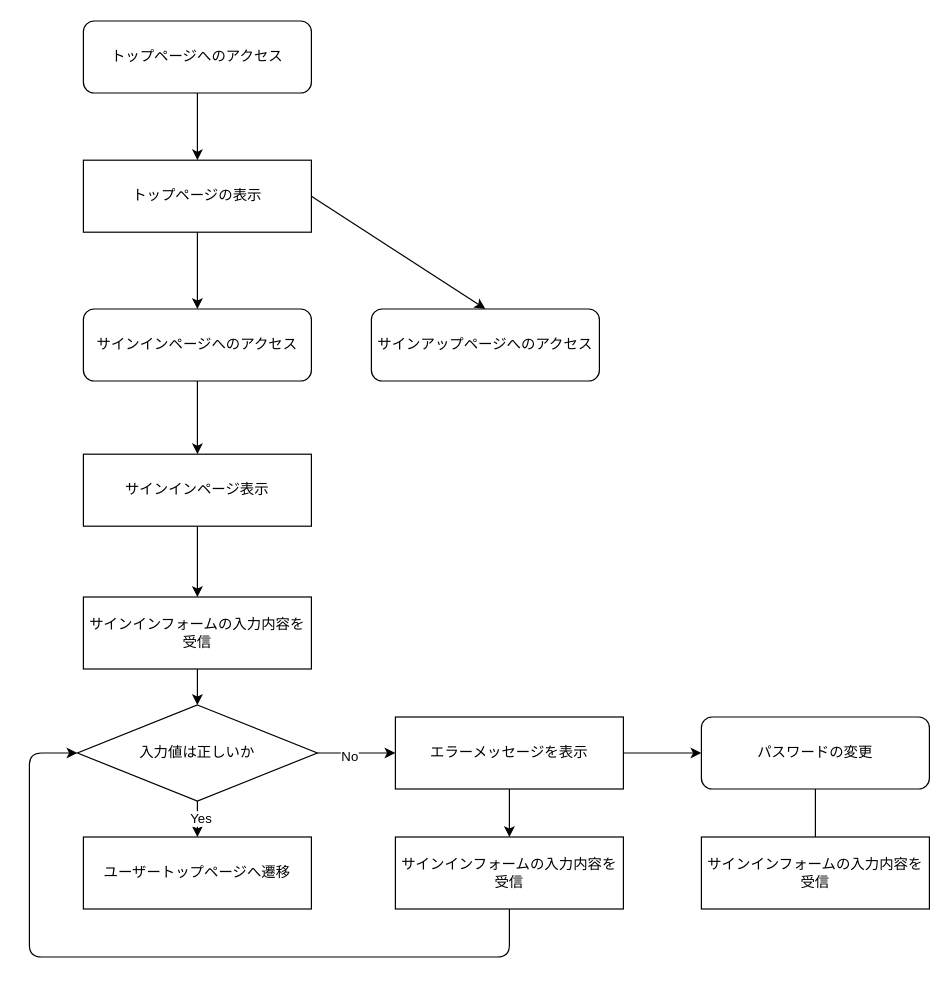
Above: external design/Flow/signin&up.drawio in KawashimaRyuhei/ChatApps (draw.io), before the change. Source tidied: cells renumbered, new cells numbered last; positions are measured from the earlier drawing's top-left corner, leaving out a move shared by most shapes. Both pictures are drawn from the tidied source at 120%, with x=0, y=0 at pixel (29, 20).
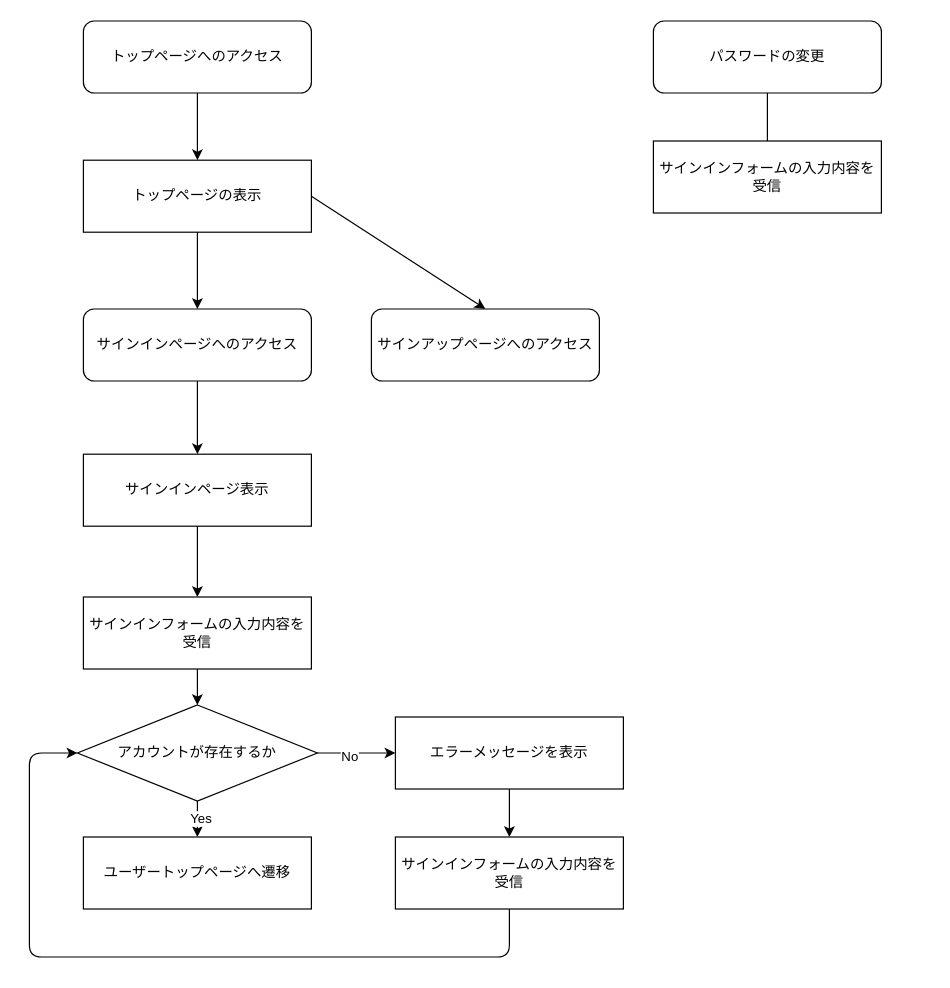
The same diagram, later.

Unchanged cells that the change refers to:
```xml
<mxCell id="21" value="エラーメッセージを表示" style="rounded=0;whiteSpace=wrap;html=1;" parent="1" vertex="1">
  <mxGeometry x="305" y="580" width="190" height="60" as="geometry" />
</mxCell>
```

Diff of the diagram source:
```diff
@@
-    <mxCell id="16" value="入力値は正しいか" style="rhombus;whiteSpace=wrap;html=1;" parent="1" vertex="1">
+    <mxCell id="16" value="アカウントが存在するか" style="rhombus;whiteSpace=wrap;html=1;" parent="1" vertex="1">
       <mxGeometry x="40" y="570" width="200" height="80" as="geometry" />
     </mxCell>
@@
-    <mxCell id="20" style="edgeStyle=none;html=1;entryX=0;entryY=0.5;entryDx=0;entryDy=0;" parent="1" edge="1" source="21" target="25">
-      <mxGeometry relative="1" as="geometry" />
-    </mxCell>
@@
     <mxCell id="25" value="パスワードの変更" style="rounded=1;whiteSpace=wrap;html=1;" parent="1" vertex="1">
-      <mxGeometry x="560" y="580" width="190" height="60" as="geometry" />
+      <mxGeometry x="520" width="190" height="60" as="geometry" />
     </mxCell>
     <mxCell id="26" value="サインインフォームの入力内容を受信" style="rounded=0;whiteSpace=wrap;html=1;" parent="1" vertex="1">
-      <mxGeometry x="560" y="680" width="190" height="60" as="geometry" />
+      <mxGeometry x="520" y="100" width="190" height="60" as="geometry" />
     </mxCell>
```
